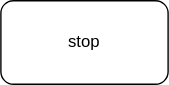
Before: stop.svg, a diagram exported from draw.io (simplecodeyu/hot-standy-keepalived-postgres). Source tidied: cells renumbered, new cells last; positions are measured from the earlier drawing's top-left corner, leaving out a move shared by most shapes. Source of this version:
```xml
<mxGraphModel>
  <root>
    <mxCell id="0" />
    <mxCell id="1" parent="0" />
    <mxCell id="2" value="stop" style="rounded=1;whiteSpace=wrap;html=1;" parent="1" vertex="1">
      <mxGeometry width="120" height="60" as="geometry" />
    </mxCell>
  </root>
</mxGraphModel>
```
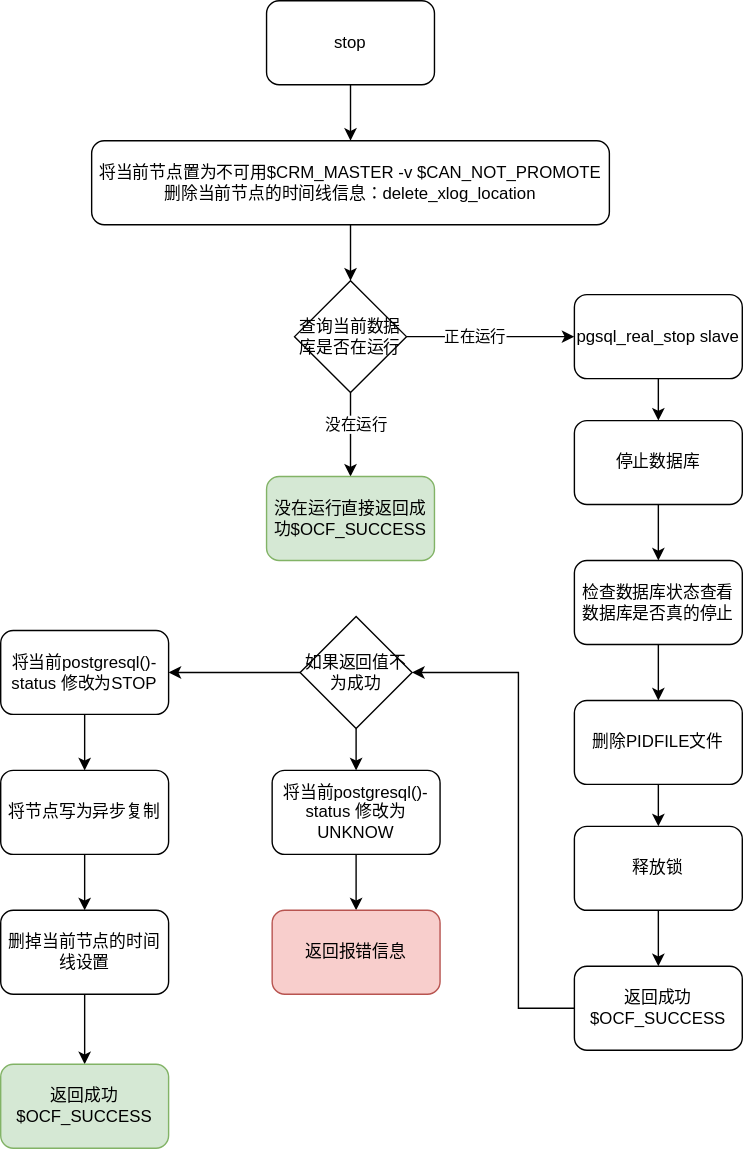
After the commit.

Change to the diagram source:
```diff
@@ -2,8 +2,115 @@
   <root>
     <mxCell id="0" />
     <mxCell id="1" parent="0" />
+    <mxCell id="3" style="edgeStyle=orthogonalEdgeStyle;rounded=0;jettySize=auto;html=1;" parent="1" edge="1" source="2" target="5">
+      <mxGeometry relative="1" as="geometry" />
+    </mxCell>
     <mxCell id="2" value="stop" style="rounded=1;whiteSpace=wrap;html=1;" parent="1" vertex="1">
       <mxGeometry width="120" height="60" as="geometry" />
     </mxCell>
+    <mxCell id="4" style="edgeStyle=orthogonalEdgeStyle;rounded=0;jettySize=auto;html=1;" parent="1" edge="1" source="5" target="10">
+      <mxGeometry relative="1" as="geometry" />
+    </mxCell>
+    <mxCell id="5" value="将当前节点置为不可用$CRM_MASTER -v $CAN_NOT_PROMOTE&lt;br&gt;删除当前节点的时间线信息：delete_xlog_location" style="rounded=1;whiteSpace=wrap;html=1;" parent="1" vertex="1">
+      <mxGeometry x="-125" y="100" width="370" height="60" as="geometry" />
+    </mxCell>
+    <mxCell id="6" style="edgeStyle=orthogonalEdgeStyle;rounded=0;jettySize=auto;html=1;" parent="1" edge="1" source="10" target="11">
+      <mxGeometry relative="1" as="geometry" />
+    </mxCell>
+    <mxCell id="7" value="没在运行" style="edgeLabel;html=1;align=center;verticalAlign=middle;" parent="6" vertex="1">
+      <mxGeometry x="-0.27" y="3" relative="1" as="geometry" />
+    </mxCell>
+    <mxCell id="8" style="edgeStyle=orthogonalEdgeStyle;rounded=0;jettySize=auto;html=1;" parent="1" edge="1" source="10" target="13">
+      <mxGeometry relative="1" as="geometry" />
+    </mxCell>
+    <mxCell id="9" value="正在运行" style="edgeLabel;html=1;align=center;verticalAlign=middle;" parent="8" vertex="1">
+      <mxGeometry x="-0.21" y="1" relative="1" as="geometry" />
+    </mxCell>
+    <mxCell id="10" value="查询当前数据库是否在运行" style="rhombus;whiteSpace=wrap;html=1;" parent="1" vertex="1">
+      <mxGeometry x="20" y="200" width="80" height="80" as="geometry" />
+    </mxCell>
+    <mxCell id="11" value="没在运行直接返回成功$OCF_SUCCESS" style="rounded=1;whiteSpace=wrap;html=1;fillColor=#d5e8d4;strokeColor=#82b366;" parent="1" vertex="1">
+      <mxGeometry y="340" width="120" height="60" as="geometry" />
+    </mxCell>
+    <mxCell id="12" style="edgeStyle=orthogonalEdgeStyle;rounded=0;jettySize=auto;html=1;" parent="1" edge="1" source="13" target="15">
+      <mxGeometry relative="1" as="geometry" />
+    </mxCell>
+    <mxCell id="13" value="pgsql_real_stop&amp;nbsp;slave" style="rounded=1;whiteSpace=wrap;html=1;" parent="1" vertex="1">
+      <mxGeometry x="220" y="210" width="120" height="60" as="geometry" />
+    </mxCell>
+    <mxCell id="14" style="edgeStyle=orthogonalEdgeStyle;rounded=0;jettySize=auto;html=1;" parent="1" edge="1" source="15" target="17">
+      <mxGeometry relative="1" as="geometry" />
+    </mxCell>
+    <mxCell id="15" value="停止数据库" style="rounded=1;whiteSpace=wrap;html=1;" parent="1" vertex="1">
+      <mxGeometry x="220" y="300" width="120" height="60" as="geometry" />
+    </mxCell>
+    <mxCell id="16" style="edgeStyle=orthogonalEdgeStyle;rounded=0;jettySize=auto;html=1;" parent="1" edge="1" source="17" target="19">
+      <mxGeometry relative="1" as="geometry" />
+    </mxCell>
+    <mxCell id="17" value="检查数据库状态查看数据库是否真的停止" style="rounded=1;whiteSpace=wrap;html=1;" parent="1" vertex="1">
+      <mxGeometry x="220" y="400" width="120" height="60" as="geometry" />
+    </mxCell>
+    <mxCell id="18" style="edgeStyle=orthogonalEdgeStyle;rounded=0;jettySize=auto;html=1;" parent="1" edge="1" source="19" target="21">
+      <mxGeometry relative="1" as="geometry" />
+    </mxCell>
+    <mxCell id="19" value="删除PIDFILE文件" style="rounded=1;whiteSpace=wrap;html=1;" parent="1" vertex="1">
+      <mxGeometry x="220" y="500" width="120" height="60" as="geometry" />
+    </mxCell>
+    <mxCell id="20" style="edgeStyle=orthogonalEdgeStyle;rounded=0;jettySize=auto;html=1;" parent="1" edge="1" source="21" target="23">
+      <mxGeometry relative="1" as="geometry" />
+    </mxCell>
+    <mxCell id="21" value="释放锁" style="rounded=1;whiteSpace=wrap;html=1;" parent="1" vertex="1">
+      <mxGeometry x="220" y="590" width="120" height="60" as="geometry" />
+    </mxCell>
+    <mxCell id="22" style="edgeStyle=orthogonalEdgeStyle;rounded=0;jettySize=auto;html=1;" parent="1" edge="1" source="23" target="26">
+      <mxGeometry relative="1" as="geometry">
+        <Array as="points">
+          <mxPoint x="180" y="720" />
+          <mxPoint x="180" y="480" />
+        </Array>
+      </mxGeometry>
+    </mxCell>
+    <mxCell id="23" value="返回成功$OCF_SUCCESS" style="rounded=1;whiteSpace=wrap;html=1;" parent="1" vertex="1">
+      <mxGeometry x="220" y="690" width="120" height="60" as="geometry" />
+    </mxCell>
+    <mxCell id="24" style="edgeStyle=orthogonalEdgeStyle;rounded=0;jettySize=auto;html=1;entryX=0.5;entryY=0;entryDx=0;entryDy=0;" parent="1" edge="1" source="26" target="28">
+      <mxGeometry relative="1" as="geometry" />
+    </mxCell>
+    <mxCell id="25" style="edgeStyle=orthogonalEdgeStyle;rounded=0;jettySize=auto;html=1;" parent="1" edge="1" source="26" target="31">
+      <mxGeometry relative="1" as="geometry" />
+    </mxCell>
+    <mxCell id="26" value="如果返回值不为成功" style="rhombus;whiteSpace=wrap;html=1;" parent="1" vertex="1">
+      <mxGeometry x="24" y="440" width="80" height="80" as="geometry" />
+    </mxCell>
+    <mxCell id="27" style="edgeStyle=orthogonalEdgeStyle;rounded=0;jettySize=auto;html=1;entryX=0.5;entryY=0;entryDx=0;entryDy=0;" parent="1" edge="1" source="28" target="29">
+      <mxGeometry relative="1" as="geometry" />
+    </mxCell>
+    <mxCell id="28" value="将当前postgresql()-status 修改为UNKNOW" style="rounded=1;whiteSpace=wrap;html=1;" parent="1" vertex="1">
+      <mxGeometry x="4" y="550" width="120" height="60" as="geometry" />
+    </mxCell>
+    <mxCell id="29" value="返回报错信息" style="rounded=1;whiteSpace=wrap;html=1;fillColor=#f8cecc;strokeColor=#b85450;" parent="1" vertex="1">
+      <mxGeometry x="4" y="650" width="120" height="60" as="geometry" />
+    </mxCell>
+    <mxCell id="30" style="edgeStyle=orthogonalEdgeStyle;rounded=0;jettySize=auto;html=1;" parent="1" edge="1" source="31" target="35">
+      <mxGeometry relative="1" as="geometry" />
+    </mxCell>
+    <mxCell id="31" value="将当前postgresql()-status 修改为STOP" style="rounded=1;whiteSpace=wrap;html=1;" parent="1" vertex="1">
+      <mxGeometry x="-190" y="450" width="120" height="60" as="geometry" />
+    </mxCell>
+    <mxCell id="32" style="edgeStyle=orthogonalEdgeStyle;rounded=0;jettySize=auto;html=1;entryX=0.5;entryY=0;entryDx=0;entryDy=0;" parent="1" edge="1" source="33" target="36">
+      <mxGeometry relative="1" as="geometry" />
+    </mxCell>
+    <mxCell id="33" value="删掉当前节点的时间线设置" style="rounded=1;whiteSpace=wrap;html=1;" parent="1" vertex="1">
+      <mxGeometry x="-190" y="650" width="120" height="60" as="geometry" />
+    </mxCell>
+    <mxCell id="34" style="edgeStyle=orthogonalEdgeStyle;rounded=0;jettySize=auto;html=1;" parent="1" edge="1" source="35" target="33">
+      <mxGeometry relative="1" as="geometry" />
+    </mxCell>
+    <mxCell id="35" value="将节点写为异步复制" style="rounded=1;whiteSpace=wrap;html=1;" parent="1" vertex="1">
+      <mxGeometry x="-190" y="550" width="120" height="60" as="geometry" />
+    </mxCell>
+    <mxCell id="36" value="返回成功$OCF_SUCCESS" style="rounded=1;whiteSpace=wrap;html=1;fillColor=#d5e8d4;strokeColor=#82b366;" parent="1" vertex="1">
+      <mxGeometry x="-190" y="760" width="120" height="60" as="geometry" />
+    </mxCell>
   </root>
 </mxGraphModel>
```
